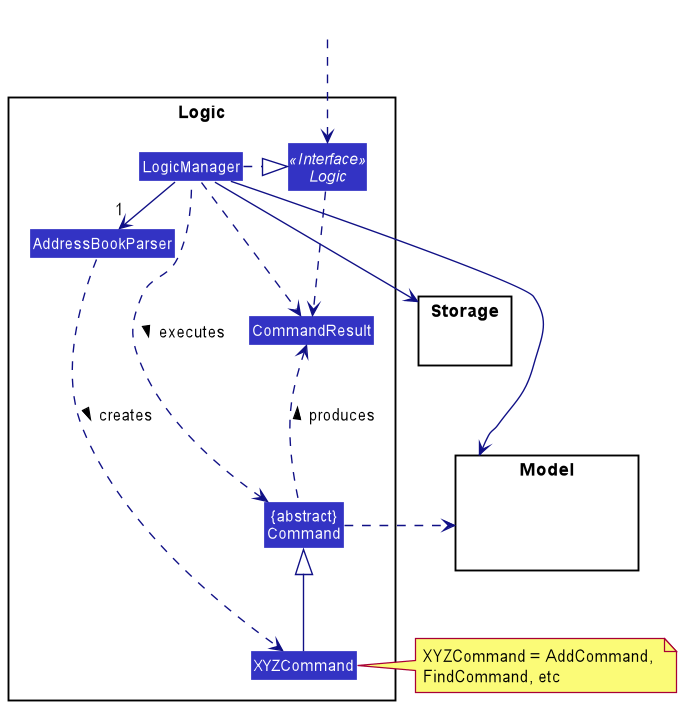
Earlier version of the PlantUML export docs/images/developer-guide/LogicClassDiagram.png (ryanpeh/SmartNUS).
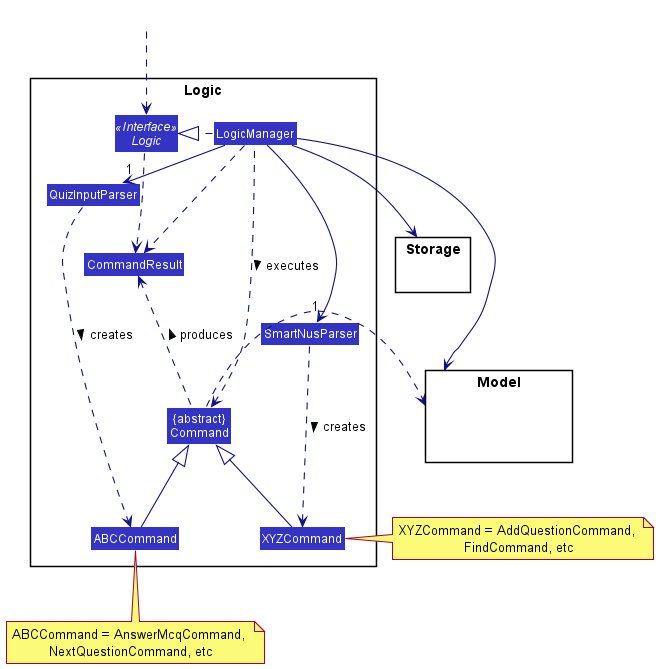
The same file after the commit.

Change to the diagram source:
```diff
@@ -6,11 +6,12 @@
 
 package Logic {
 
-Class AddressBookParser
+Class SmartNusParser
 Class XYZCommand
+Class ABCCommand
 Class CommandResult
 Class "{abstract}\nCommand" as Command
-
+Class QuizInputParser
 
 Interface Logic <<Interface>>
 Class LogicManager
@@ -27,10 +28,13 @@
 HiddenOutside ..> Logic
 
 LogicManager .right.|> Logic
-LogicManager -right->"1" AddressBookParser
-AddressBookParser ..> XYZCommand : creates >
+LogicManager -right->"1" SmartNusParser
+SmartNusParser ..> XYZCommand : creates >
+LogicManager -right->"1" QuizInputParser
+QuizInputParser ..> ABCCommand : creates >
 
 XYZCommand -up-|> Command
+ABCCommand -up-|> Command
 LogicManager .left.> Command : executes >
 
 LogicManager --> Model
@@ -38,7 +42,8 @@
 Storage --[hidden] Model
 Command .[hidden]up.> Storage
 Command .right.> Model
-note right of XYZCommand: XYZCommand = AddCommand, \nFindCommand, etc
+note right of XYZCommand: XYZCommand = AddQuestionCommand, \nFindCommand, etc
+note bottom of ABCCommand: ABCCommand = AnswerMcqCommand, \nNextQuestionCommand, etc
 
 Logic ..> CommandResult
 LogicManager .down.> CommandResult
```
